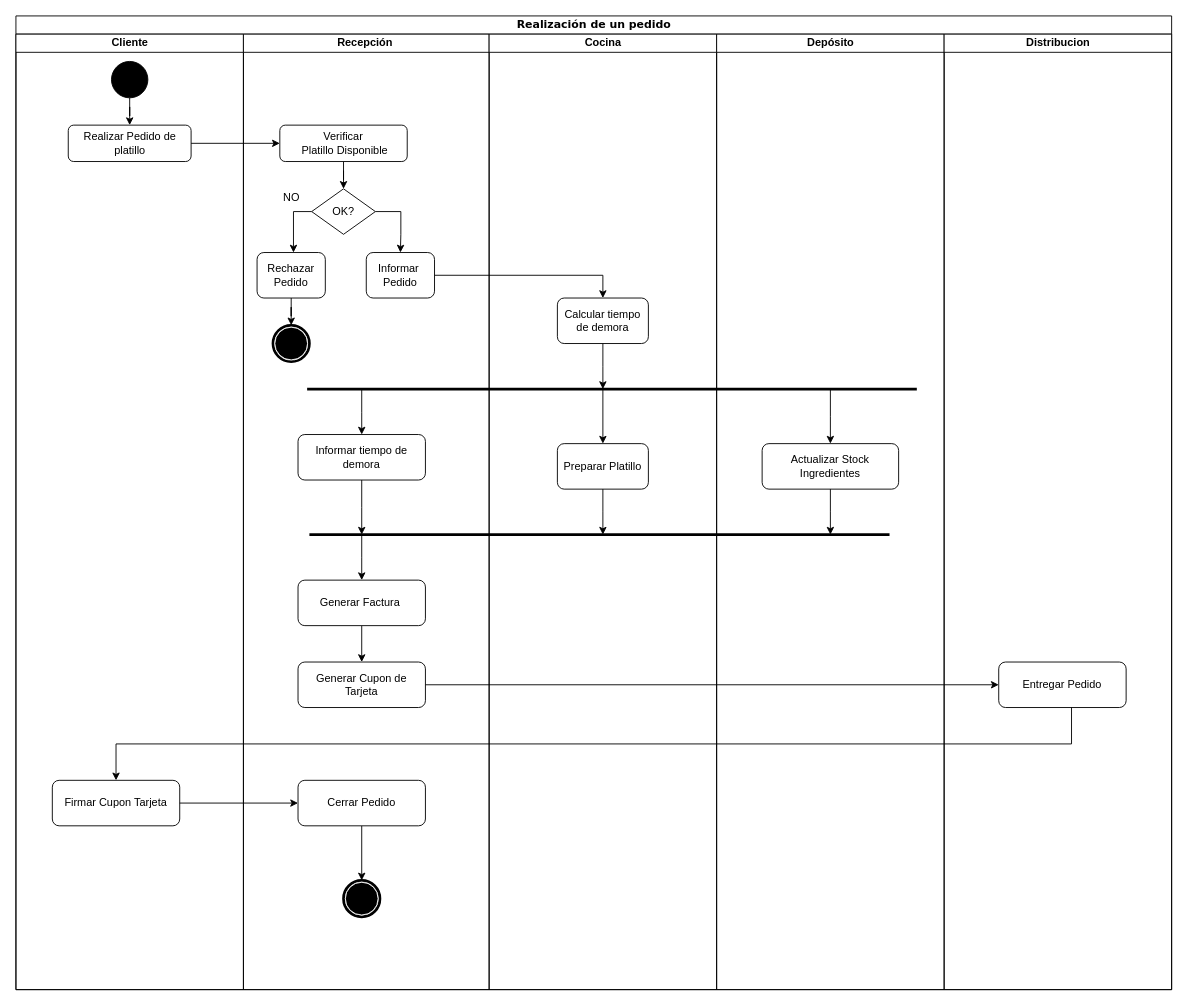
This is TP1/diagramas/actividad/RealizarPedido.drawio from mauro7x/aninfo, a draw.io file, before an edit. Source tidied: cells renumbered, new cells numbered last; positions are measured from the earlier drawing's top-left corner, leaving out a move shared by most shapes. Both pictures are drawn from the tidied source at 91%, with x=0, y=0 at pixel (15, 15).
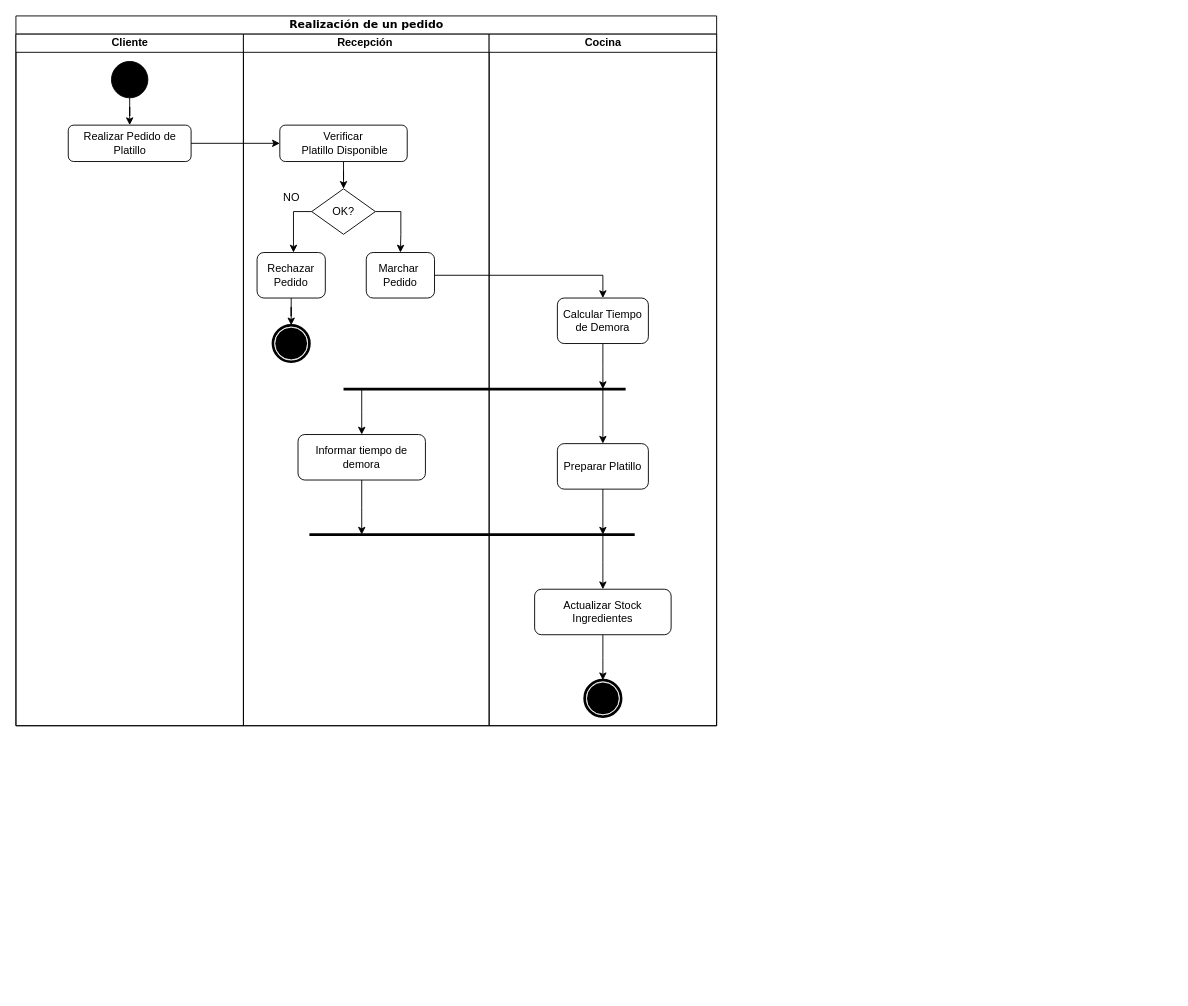
The same page after the edit.

Commit message (it also covers changes not shown here):
Separa diagrama realizar pedido

What changed in the source:
```diff
@@
     <mxCell id="2" value="Realización de un pedido" style="swimlane;html=1;startSize=20;rounded=0;shadow=0;comic=0;labelBackgroundColor=none;strokeWidth=1;fontFamily=Verdana;fontSize=12;align=center;" parent="1" vertex="1">
-      <mxGeometry width="1270" height="1070" as="geometry" />
+      <mxGeometry width="770" height="780" as="geometry" />
     </mxCell>
     <mxCell id="3" value="Cliente" style="swimlane;html=1;startSize=20;" parent="2" vertex="1">
-      <mxGeometry y="20" width="250" height="1050" as="geometry" />
+      <mxGeometry y="20" width="250" height="760" as="geometry" />
     </mxCell>
@@
-    <mxCell id="5" value="Firmar Cupon Tarjeta" style="rounded=1;whiteSpace=wrap;html=1;" parent="3" vertex="1">
-      <mxGeometry x="40" y="820" width="140" height="50" as="geometry" />
-    </mxCell>
@@
-    <mxCell id="7" value="Realizar Pedido de platillo" style="rounded=1;whiteSpace=wrap;html=1;" parent="3" vertex="1">
+    <mxCell id="7" value="Realizar Pedido de Platillo" style="rounded=1;whiteSpace=wrap;html=1;" parent="3" vertex="1">
       <mxGeometry x="57.5" y="100" width="135" height="40" as="geometry" />
     </mxCell>
     <mxCell id="8" value="Recepción&amp;nbsp;" style="swimlane;html=1;startSize=20;" parent="2" vertex="1">
-      <mxGeometry x="250" y="20" width="270" height="1050" as="geometry" />
+      <mxGeometry x="250" y="20" width="270" height="760" as="geometry" />
     </mxCell>
@@
-    <mxCell id="19" style="edgeStyle=orthogonalEdgeStyle;rounded=0;jettySize=auto;html=1;entryX=0.5;entryY=0;entryDx=0;entryDy=0;startArrow=none;startFill=0;endArrow=classic;endFill=1;strokeWidth=1;" parent="8" edge="1" source="22" target="23">
-      <mxGeometry relative="1" as="geometry" />
-    </mxCell>
-    <mxCell id="20" style="edgeStyle=orthogonalEdgeStyle;rounded=0;jettySize=auto;html=1;startArrow=none;startFill=0;endArrow=classic;endFill=1;strokeWidth=1;" parent="8" edge="1" source="21" target="25">
-      <mxGeometry relative="1" as="geometry" />
-    </mxCell>
-    <mxCell id="21" value="Cerrar Pedido" style="rounded=1;whiteSpace=wrap;html=1;" parent="8" vertex="1">
-      <mxGeometry x="60" y="820" width="140" height="50" as="geometry" />
-    </mxCell>
-    <mxCell id="22" value="Generar Factura&amp;nbsp;" style="rounded=1;whiteSpace=wrap;html=1;" parent="8" vertex="1">
-      <mxGeometry x="60" y="600" width="140" height="50" as="geometry" />
-    </mxCell>
-    <mxCell id="23" value="Generar Cupon de Tarjeta" style="rounded=1;whiteSpace=wrap;html=1;" parent="8" vertex="1">
-      <mxGeometry x="60" y="690" width="140" height="50" as="geometry" />
-    </mxCell>
@@
-    <mxCell id="25" style="shape=mxgraph.bpmn.shape;html=1;verticalLabelPosition=bottom;labelBackgroundColor=#ffffff;verticalAlign=top;perimeter=ellipsePerimeter;outline=end;symbol=terminate;rounded=0;shadow=0;comic=0;strokeWidth=1;fontFamily=Verdana;fontSize=12;align=center;" parent="8" vertex="1">
-      <mxGeometry x="110" y="930" width="40" height="40" as="geometry" />
-    </mxCell>
-    <mxCell id="26" value="Informar&amp;nbsp;&lt;br&gt;Pedido" style="rounded=1;whiteSpace=wrap;html=1;" parent="8" vertex="1">
+    <mxCell id="26" value="Marchar&amp;nbsp;&lt;br&gt;Pedido" style="rounded=1;whiteSpace=wrap;html=1;" parent="8" vertex="1">
       <mxGeometry x="135" y="240" width="75" height="50" as="geometry" />
     </mxCell>
     <mxCell id="27" style="endArrow=none;html=1;strokeWidth=3;" parent="8" edge="1">
       <mxGeometry relative="1" as="geometry">
         <mxPoint x="72.5" y="550" as="sourcePoint" />
-        <mxPoint x="710" y="550" as="targetPoint" />
+        <mxPoint x="430" y="550" as="targetPoint" />
       </mxGeometry>
     </mxCell>
     <mxCell id="28" value="Cocina" style="swimlane;html=1;startSize=20;" parent="2" vertex="1">
-      <mxGeometry x="520" y="20" width="250" height="1050" as="geometry" />
+      <mxGeometry x="520" y="20" width="250" height="760" as="geometry" />
     </mxCell>
-    <mxCell id="29" value="Calcular tiempo de demora" style="rounded=1;whiteSpace=wrap;html=1;" parent="28" vertex="1">
+    <mxCell id="29" value="Calcular Tiempo de Demora" style="rounded=1;whiteSpace=wrap;html=1;" parent="28" vertex="1">
       <mxGeometry x="75" y="290" width="100" height="50" as="geometry" />
     </mxCell>
     <mxCell id="30" style="endArrow=none;html=1;strokeWidth=3;" parent="28" edge="1">
       <mxGeometry relative="1" as="geometry">
-        <mxPoint x="-200" y="390" as="sourcePoint" />
-        <mxPoint x="470" y="390" as="targetPoint" />
+        <mxPoint x="-160" y="390" as="sourcePoint" />
+        <mxPoint x="150" y="390" as="targetPoint" />
       </mxGeometry>
     </mxCell>
@@
-    <mxCell id="32" value="Depósito" style="swimlane;html=1;startSize=20;" parent="2" vertex="1">
-      <mxGeometry x="770" y="20" width="250" height="1050" as="geometry" />
-    </mxCell>
-    <mxCell id="33" value="Actualizar Stock Ingredientes" style="rounded=1;whiteSpace=wrap;html=1;" parent="32" vertex="1">
-      <mxGeometry x="50" y="450" width="150" height="50" as="geometry" />
+    <mxCell id="33" value="Actualizar Stock Ingredientes" style="rounded=1;whiteSpace=wrap;html=1;" parent="28" vertex="1">
+      <mxGeometry x="50" y="610" width="150" height="50" as="geometry" />
     </mxCell>
+    <mxCell id="49" style="edgeStyle=orthogonalEdgeStyle;rounded=0;jettySize=auto;html=1;startArrow=classic;startFill=1;endArrow=none;endFill=0;strokeWidth=1;" parent="28" edge="1" source="33">
+      <mxGeometry relative="1" as="geometry">
+        <mxPoint x="125" y="550" as="targetPoint" />
+      </mxGeometry>
+    </mxCell>
+    <mxCell id="50" style="edgeStyle=orthogonalEdgeStyle;rounded=0;jettySize=auto;html=1;startArrow=none;startFill=0;endArrow=classic;endFill=1;strokeWidth=1;" parent="28" edge="1" source="33">
+      <mxGeometry relative="1" as="geometry">
+        <mxPoint x="125" y="710" as="targetPoint" />
+      </mxGeometry>
+    </mxCell>
+    <mxCell id="51" style="shape=mxgraph.bpmn.shape;html=1;verticalLabelPosition=bottom;labelBackgroundColor=#ffffff;verticalAlign=top;perimeter=ellipsePerimeter;outline=end;symbol=terminate;rounded=0;shadow=0;comic=0;strokeWidth=1;fontFamily=Verdana;fontSize=12;align=center;" parent="28" vertex="1">
+      <mxGeometry x="105" y="710" width="40" height="40" as="geometry" />
+    </mxCell>
@@
-    <mxCell id="35" value="Distribucion" style="swimlane;html=1;startSize=20;" parent="2" vertex="1">
-      <mxGeometry x="1020" y="20" width="250" height="1050" as="geometry" />
-    </mxCell>
-    <mxCell id="36" value="Entregar Pedido" style="rounded=1;whiteSpace=wrap;html=1;" parent="35" vertex="1">
-      <mxGeometry x="60" y="690" width="140" height="50" as="geometry" />
-    </mxCell>
@@
-    <mxCell id="38" style="edgeStyle=orthogonalEdgeStyle;rounded=0;jettySize=auto;html=1;entryX=0;entryY=0.5;entryDx=0;entryDy=0;startArrow=none;startFill=0;endArrow=classic;endFill=1;strokeWidth=1;" parent="2" edge="1" source="23" target="36">
-      <mxGeometry relative="1" as="geometry" />
-    </mxCell>
-    <mxCell id="39" style="edgeStyle=orthogonalEdgeStyle;rounded=0;jettySize=auto;html=1;entryX=0.5;entryY=0;entryDx=0;entryDy=0;startArrow=none;startFill=0;endArrow=classic;endFill=1;strokeWidth=1;" parent="2" edge="1" source="36" target="5">
-      <mxGeometry relative="1" as="geometry">
-        <Array as="points">
-          <mxPoint x="1160" y="800" />
-          <mxPoint x="110" y="800" />
-        </Array>
-      </mxGeometry>
-    </mxCell>
-    <mxCell id="40" style="edgeStyle=orthogonalEdgeStyle;rounded=0;jettySize=auto;html=1;entryX=0;entryY=0.5;entryDx=0;entryDy=0;startArrow=none;startFill=0;endArrow=classic;endFill=1;strokeWidth=1;" parent="2" edge="1" source="5" target="21">
-      <mxGeometry relative="1" as="geometry" />
-    </mxCell>
@@
-    <mxCell id="44" style="edgeStyle=orthogonalEdgeStyle;rounded=0;jettySize=auto;html=1;startArrow=classic;startFill=1;endArrow=none;endFill=0;strokeWidth=1;" parent="1" edge="1" source="33">
-      <mxGeometry relative="1" as="geometry">
-        <mxPoint x="895" y="410" as="targetPoint" />
-      </mxGeometry>
-    </mxCell>
@@
-    <mxCell id="47" style="edgeStyle=orthogonalEdgeStyle;rounded=0;jettySize=auto;html=1;startArrow=classic;startFill=1;endArrow=none;endFill=0;strokeWidth=1;" parent="1" edge="1" source="22">
-      <mxGeometry relative="1" as="geometry">
-        <mxPoint x="380" y="570" as="targetPoint" />
-      </mxGeometry>
-    </mxCell>
-    <mxCell id="48" style="edgeStyle=orthogonalEdgeStyle;rounded=0;jettySize=auto;html=1;startArrow=none;startFill=0;endArrow=classic;endFill=1;strokeWidth=1;" parent="1" edge="1" source="33">
-      <mxGeometry relative="1" as="geometry">
-        <mxPoint x="895" y="570" as="targetPoint" />
-      </mxGeometry>
-    </mxCell>
```
